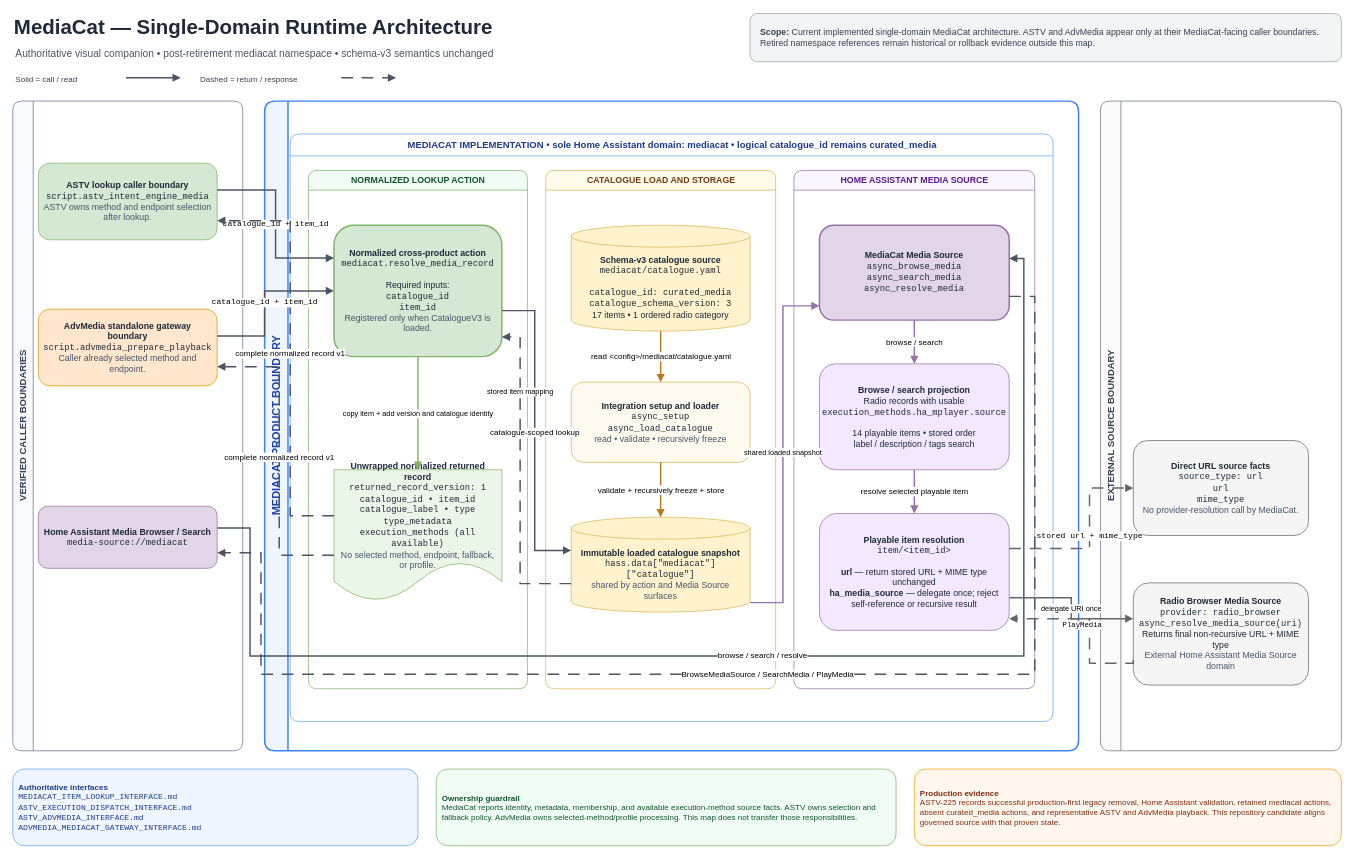
83degrees/MediaCat keeps this draw.io diagram as 01_Architecture/Diagrams/MEDIACAT_ARCHITECTURE.drawio. Above is the earlier version. Source tidied: cells renumbered, new cells numbered last; positions are measured from the earlier drawing's top-left corner, leaving out a move shared by most shapes. Both pictures are drawn from the tidied source at 73%, with x=0, y=0 at pixel (12, 12).
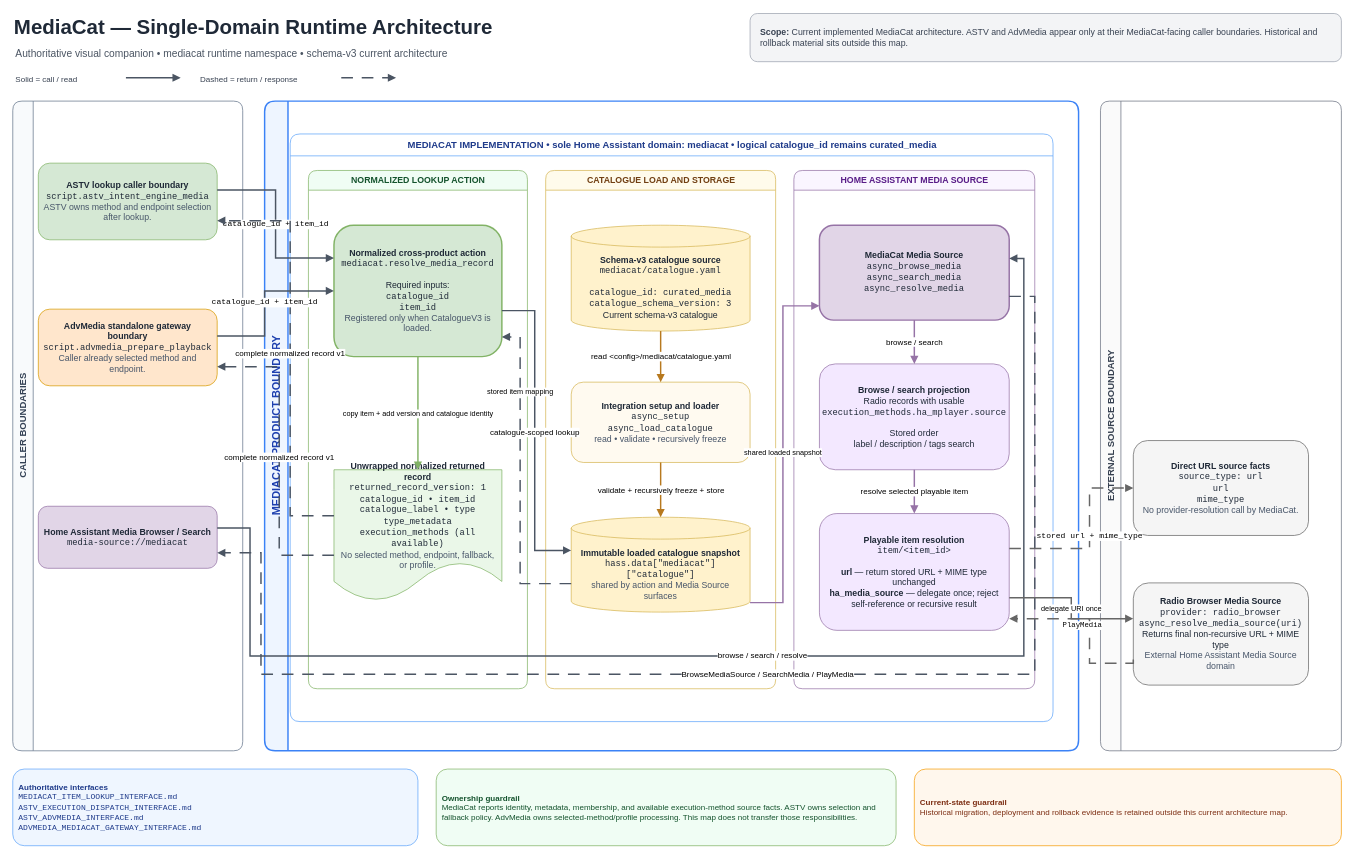
After the change.

Commit message (it also covers changes not shown here):
ASTV-237 tighten MediaCat architecture documentation (#55)

Change to the diagram source:
```diff
@@
-    <mxCell id="3" value="Authoritative visual companion • post-retirement mediacat namespace • schema-v3 semantics unchanged" style="text;html=1;strokeColor=none;fillColor=none;align=left;verticalAlign=middle;fontSize=14;fontColor=#4b5563;" parent="1" vertex="1">
+    <mxCell id="3" value="Authoritative visual companion • mediacat runtime namespace • schema-v3 current architecture" style="text;html=1;strokeColor=none;fillColor=none;align=left;verticalAlign=middle;fontSize=14;fontColor=#4b5563;" parent="1" vertex="1">
       <mxGeometry x="2" y="42" width="940" height="28" as="geometry" />
     </mxCell>
-    <mxCell id="4" value="&lt;b&gt;Scope:&lt;/b&gt; Current implemented single-domain MediaCat architecture. ASTV and AdvMedia appear only at their MediaCat-facing caller boundaries. Retired namespace references remain historical or rollback evidence outside this map." style="rounded=1;whiteSpace=wrap;html=1;fillColor=#f3f4f6;strokeColor=#9ca3af;fontColor=#374151;fontSize=12;align=left;spacingLeft=12;" parent="1" vertex="1">
+    <mxCell id="4" value="&lt;b&gt;Scope:&lt;/b&gt; Current implemented MediaCat architecture. ASTV and AdvMedia appear only at their MediaCat-facing caller boundaries. Historical and rollback material sits outside this map." style="rounded=1;whiteSpace=wrap;html=1;fillColor=#f3f4f6;strokeColor=#9ca3af;fontColor=#374151;fontSize=12;align=left;spacingLeft=12;" parent="1" vertex="1">
       <mxGeometry x="1010" y="1" width="810" height="66" as="geometry" />
     </mxCell>
@@
-    <mxCell id="9" value="VERIFIED CALLER BOUNDARIES" style="swimlane;html=1;horizontal=0;startSize=28;rounded=1;fillColor=#f8fafc;strokeColor=#64748b;fontColor=#334155;fontStyle=1;fontSize=13;" parent="1" vertex="1">
+    <mxCell id="9" value="CALLER BOUNDARIES" style="swimlane;html=1;horizontal=0;startSize=28;rounded=1;fillColor=#f8fafc;strokeColor=#64748b;fontColor=#334155;fontStyle=1;fontSize=13;" parent="1" vertex="1">
       <mxGeometry y="121" width="315" height="890" as="geometry" />
     </mxCell>
@@
-    <mxCell id="19" value="&lt;b&gt;Schema-v3 catalogue source&lt;/b&gt;&lt;br&gt;&lt;span style=&quot;font-family:Courier New&quot;&gt;mediacat/catalogue.yaml&lt;/span&gt;&lt;br&gt;&lt;br&gt;&lt;span style=&quot;font-family:Courier New&quot;&gt;catalogue_id: curated_media&lt;br&gt;catalogue_schema_version: 3&lt;/span&gt;&lt;br&gt;17 items • 1 ordered radio category" style="shape=cylinder3;whiteSpace=wrap;html=1;boundedLbl=1;backgroundOutline=1;fillColor=#fff2cc;strokeColor=#d6b656;fontColor=#1f2937;fontSize=12;spacing=8;" parent="1" vertex="1">
+    <mxCell id="19" value="&lt;b&gt;Schema-v3 catalogue source&lt;/b&gt;&lt;br&gt;&lt;span style=&quot;font-family:Courier New&quot;&gt;mediacat/catalogue.yaml&lt;/span&gt;&lt;br&gt;&lt;br&gt;&lt;span style=&quot;font-family:Courier New&quot;&gt;catalogue_id: curated_media&lt;br&gt;catalogue_schema_version: 3&lt;/span&gt;&lt;br&gt;Current schema-v3 catalogue" style="shape=cylinder3;whiteSpace=wrap;html=1;boundedLbl=1;backgroundOutline=1;fillColor=#fff2cc;strokeColor=#d6b656;fontColor=#1f2937;fontSize=12;spacing=8;" parent="1" vertex="1">
       <mxGeometry x="765" y="291" width="245" height="145" as="geometry" />
     </mxCell>
@@
-    <mxCell id="25" value="&lt;b&gt;Browse / search projection&lt;/b&gt;&lt;br&gt;Radio records with usable&lt;br&gt;&lt;span style=&quot;font-family:Courier New&quot;&gt;execution_methods.ha_mplayer.source&lt;/span&gt;&lt;br&gt;&lt;br&gt;14 playable items • stored order&lt;br&gt;label / description / tags search" style="rounded=1;whiteSpace=wrap;html=1;fillColor=#f3e8ff;strokeColor=#9673a6;fontColor=#1f2937;fontSize=12;spacing=8;" parent="1" vertex="1">
+    <mxCell id="25" value="&lt;b&gt;Browse / search projection&lt;/b&gt;&lt;br&gt;Radio records with usable&lt;br&gt;&lt;span style=&quot;font-family:Courier New&quot;&gt;execution_methods.ha_mplayer.source&lt;/span&gt;&lt;br&gt;&lt;br&gt;Stored order&lt;br&gt;label / description / tags search" style="rounded=1;whiteSpace=wrap;html=1;fillColor=#f3e8ff;strokeColor=#9673a6;fontColor=#1f2937;fontSize=12;spacing=8;" parent="1" vertex="1">
       <mxGeometry x="1105" y="481" width="260" height="145" as="geometry" />
     </mxCell>
@@
-    <mxCell id="48" value="&lt;b&gt;Production evidence&lt;/b&gt;&lt;br&gt;ASTV-225 records successful production-first legacy removal, Home Assistant validation, retained mediacat actions, absent curated_media actions, and representative ASTV and AdvMedia playback. This repository candidate aligns governed source with that proven state." style="rounded=1;whiteSpace=wrap;html=1;fillColor=#fff7ed;strokeColor=#f59e0b;fontColor=#7c2d12;fontSize=11;spacing=8;align=left;" parent="1" vertex="1">
+    <mxCell id="48" value="&lt;b&gt;Current-state guardrail&lt;/b&gt;&lt;br&gt;Historical migration, deployment and rollback evidence is retained outside this current architecture map." style="rounded=1;whiteSpace=wrap;html=1;fillColor=#fff7ed;strokeColor=#f59e0b;fontColor=#7c2d12;fontSize=11;spacing=8;align=left;" parent="1" vertex="1">
       <mxGeometry x="1235" y="1036" width="585" height="105" as="geometry" />
     </mxCell>
```
